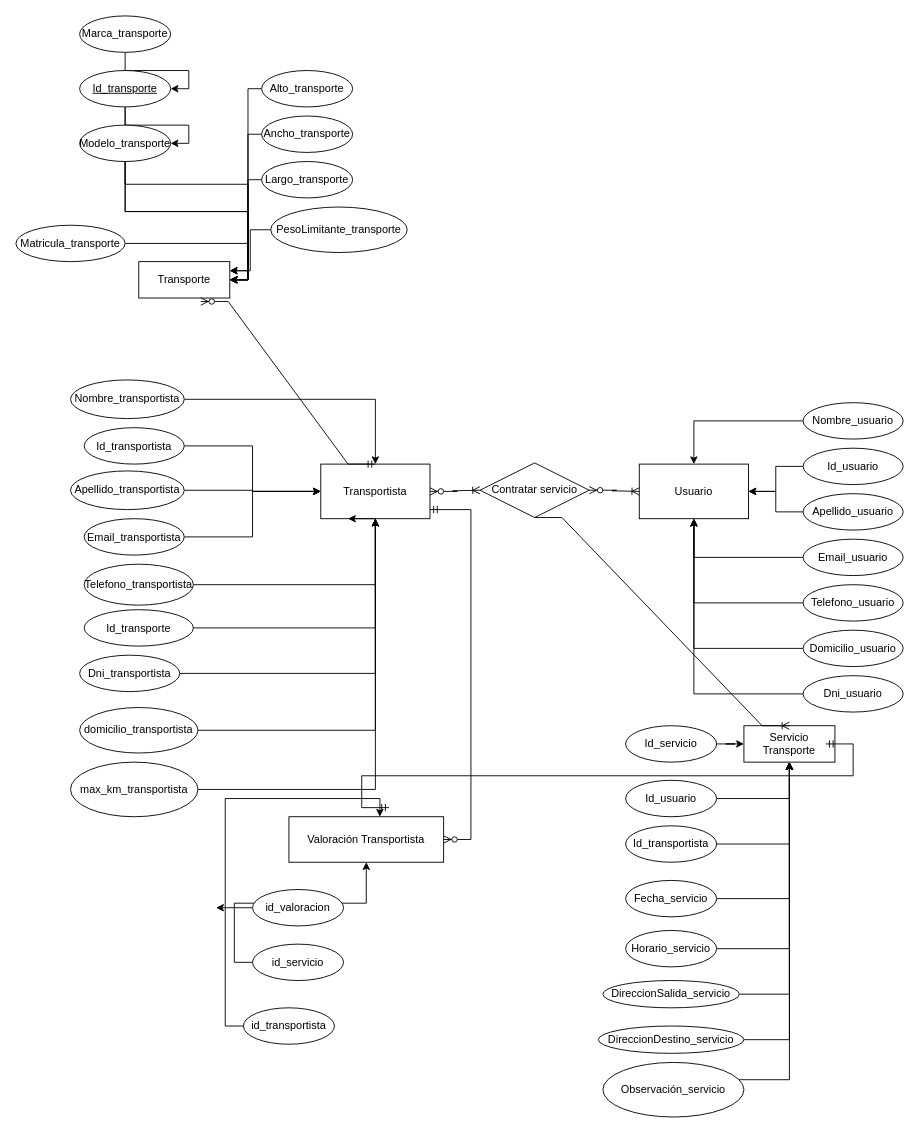
This is Diagrama sin título.drawio from projects-assignments/mudapp-grupo-5, a draw.io file, before an edit. Source tidied: cells renumbered, new cells numbered last; positions are measured from the earlier drawing's top-left corner, leaving out a move shared by most shapes. Both pictures are drawn from the tidied source at 91%, with x=0, y=0 at pixel (15, 15).
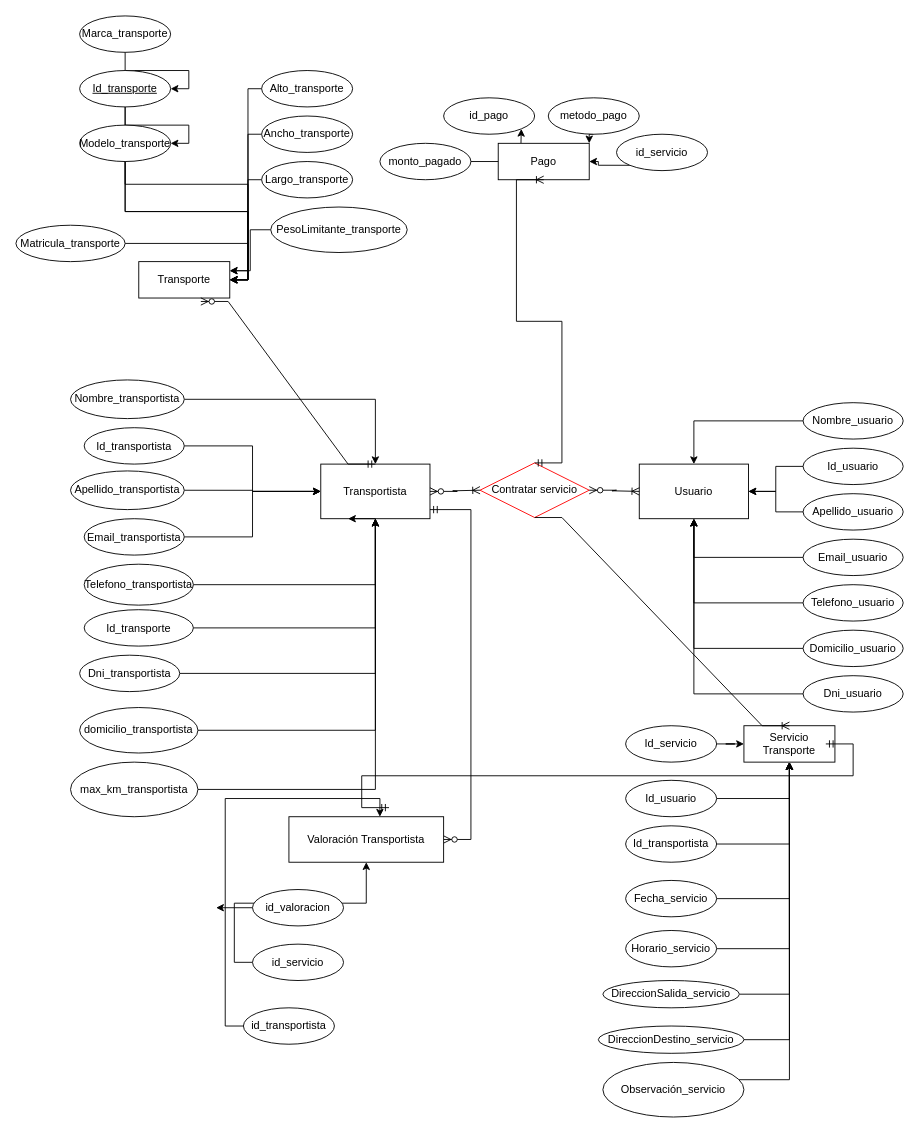
The same diagram, later.

Commit message:
entidad pago

Change to the diagram source:
```diff
@@
-    <mxCell id="47" value="Contratar servicio" style="shape=rhombus;perimeter=rhombusPerimeter;whiteSpace=wrap;html=1;align=center;" parent="1" vertex="1">
+    <mxCell id="47" value="Contratar servicio" style="shape=rhombus;perimeter=rhombusPerimeter;whiteSpace=wrap;html=1;align=center;strokeColor=#FF0000;" parent="1" vertex="1">
       <mxGeometry x="510" y="491.2" width="120" height="60" as="geometry" />
     </mxCell>
@@
+    <mxCell id="86" style="edgeStyle=orthogonalEdgeStyle;rounded=0;jettySize=auto;html=1;exitX=0.25;exitY=0;exitDx=0;exitDy=0;entryX=1;entryY=1;entryDx=0;entryDy=0;" parent="1" edge="1" source="87" target="90">
+      <mxGeometry relative="1" as="geometry" />
+    </mxCell>
+    <mxCell id="87" value="Pago" style="whiteSpace=wrap;html=1;align=center;" parent="1" vertex="1">
+      <mxGeometry x="530" y="140" width="100" height="40" as="geometry" />
+    </mxCell>
+    <mxCell id="88" style="edgeStyle=orthogonalEdgeStyle;rounded=0;jettySize=auto;html=1;exitX=0.5;exitY=1;exitDx=0;exitDy=0;entryX=1;entryY=0;entryDx=0;entryDy=0;" parent="1" edge="1" source="89" target="87">
+      <mxGeometry relative="1" as="geometry" />
+    </mxCell>
+    <mxCell id="89" value="metodo_pago&lt;br&gt;" style="ellipse;whiteSpace=wrap;html=1;align=center;" parent="1" vertex="1">
+      <mxGeometry x="585" y="90" width="100" height="40" as="geometry" />
+    </mxCell>
+    <mxCell id="90" value="id_pago&lt;br&gt;" style="ellipse;whiteSpace=wrap;html=1;align=center;" parent="1" vertex="1">
+      <mxGeometry x="470" y="90" width="100" height="40" as="geometry" />
+    </mxCell>
+    <mxCell id="91" style="edgeStyle=orthogonalEdgeStyle;rounded=0;jettySize=auto;html=1;exitX=0;exitY=1;exitDx=0;exitDy=0;entryX=1;entryY=0.5;entryDx=0;entryDy=0;" parent="1" edge="1" source="92" target="87">
+      <mxGeometry relative="1" as="geometry" />
+    </mxCell>
+    <mxCell id="92" value="id_servicio" style="ellipse;whiteSpace=wrap;html=1;align=center;" parent="1" vertex="1">
+      <mxGeometry x="660" y="130" width="100" height="40" as="geometry" />
+    </mxCell>
+    <mxCell id="93" value="monto_pagado" style="ellipse;whiteSpace=wrap;html=1;align=center;" parent="1" vertex="1">
+      <mxGeometry x="400" y="140" width="100" height="40" as="geometry" />
+    </mxCell>
+    <mxCell id="94" style="edgeStyle=entityRelationEdgeStyle;fontSize=12;html=1;endArrow=ERoneToMany;startArrow=ERmandOne;rounded=0;exitX=0.5;exitY=0;exitDx=0;exitDy=0;entryX=0.5;entryY=1;entryDx=0;entryDy=0;" parent="1" edge="1" source="47" target="87">
+      <mxGeometry relative="1" as="geometry">
+        <Array as="points">
+          <mxPoint x="580" y="220" />
+          <mxPoint x="560" y="200" />
+        </Array>
+      </mxGeometry>
+    </mxCell>
+    <mxCell id="95" style="endArrow=none;html=1;rounded=0;" parent="1" edge="1">
+      <mxGeometry relative="1" as="geometry">
+        <mxPoint x="500" y="160" as="sourcePoint" />
+        <mxPoint x="530" y="160" as="targetPoint" />
+      </mxGeometry>
+    </mxCell>
```
